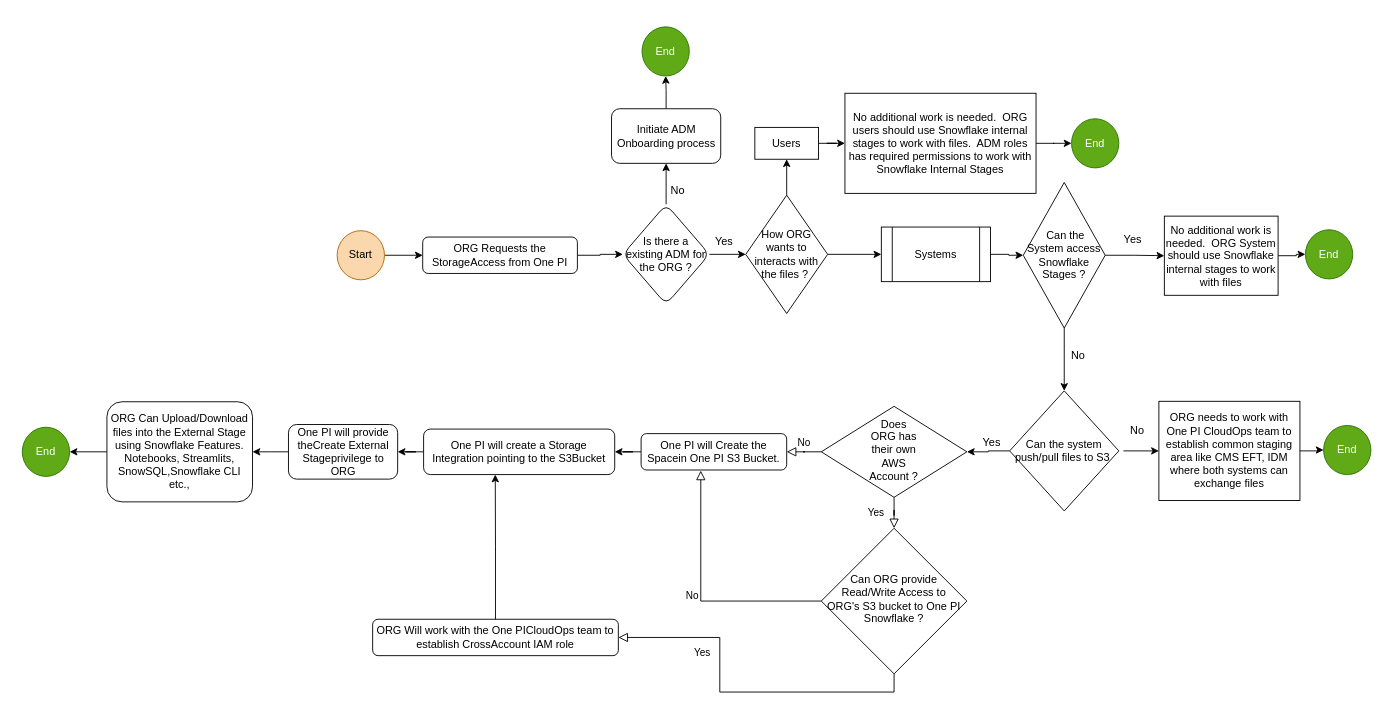
Above: Untitled Diagram.drawio in mail2tvskc/abc (draw.io), before the change. Source tidied: cells renumbered, new cells numbered last; positions are measured from the earlier drawing's top-left corner, leaving out a move shared by most shapes. Both pictures are drawn from the tidied source at 91%, with x=0, y=0 at pixel (22, 26).
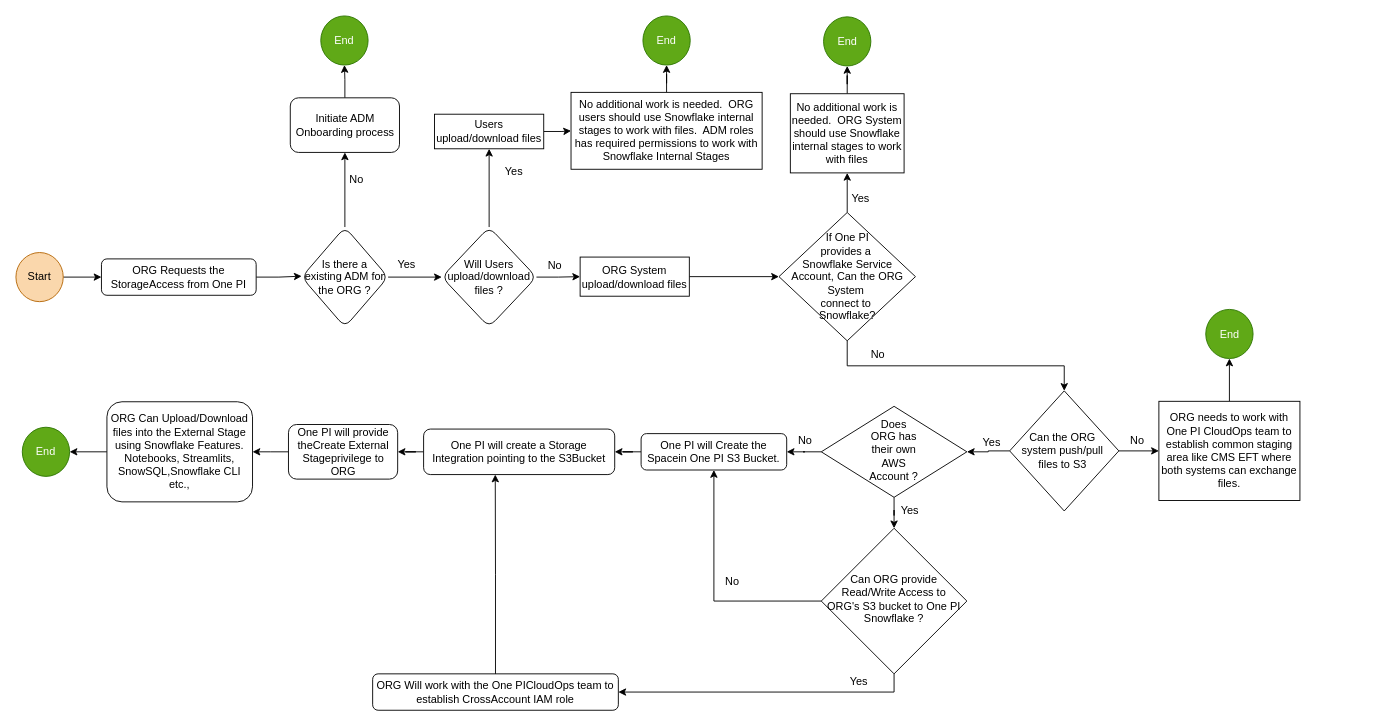
Above is the later version.

The change refers to these unchanged cells:
```xml
<mxCell id="6" value="&lt;div&gt;Does&lt;/div&gt;&lt;div&gt;ORG has&lt;/div&gt;&lt;div&gt;their own&lt;/div&gt;&lt;div&gt;AWS&lt;/div&gt;&lt;div&gt;Account ?&lt;/div&gt;" style="rhombus;whiteSpace=wrap;html=1;shadow=0;fontFamily=Helvetica;fontSize=12;align=center;strokeWidth=1;spacing=6;spacingTop=-4;" parent="1" vertex="1">
  <mxGeometry x="878" y="417" width="160" height="100" as="geometry" />
</mxCell>
<mxCell id="8" value="One PI will Create the Spacein One PI S3 Bucket." style="rounded=1;whiteSpace=wrap;html=1;fontSize=12;glass=0;strokeWidth=1;shadow=0;" parent="1" vertex="1">
  <mxGeometry x="680" y="447" width="160" height="40" as="geometry" />
</mxCell>
<mxCell id="11" value="Can ORG provide Read/Write Access to ORG's S3 bucket to One PI Snowflake ?" style="rhombus;whiteSpace=wrap;html=1;shadow=0;fontFamily=Helvetica;fontSize=12;align=center;strokeWidth=1;spacing=6;spacingTop=-4;" parent="1" vertex="1">
  <mxGeometry x="878" y="551" width="160" height="160" as="geometry" />
</mxCell>
```

The edit, as a diff of the source:
```diff
@@
-    <mxCell id="2" style="edgeStyle=orthogonalEdgeStyle;rounded=0;jettySize=auto;html=1;" parent="1" edge="1" source="3" target="39">
-      <mxGeometry relative="1" as="geometry" />
+    <mxCell id="2" style="edgeStyle=orthogonalEdgeStyle;rounded=0;jettySize=auto;html=1;" parent="1" edge="1" source="3">
+      <mxGeometry relative="1" as="geometry">
+        <mxPoint x="307" y="274" as="targetPoint" />
+      </mxGeometry>
     </mxCell>
     <mxCell id="3" value="ORG Requests the StorageAccess from One PI" style="rounded=1;whiteSpace=wrap;html=1;fontSize=12;glass=0;strokeWidth=1;shadow=0;" parent="1" vertex="1">
-      <mxGeometry x="440" y="231" width="170" height="40" as="geometry" />
+      <mxGeometry x="87" y="255" width="170" height="40" as="geometry" />
     </mxCell>
-    <mxCell id="4" value="Yes" style="rounded=0;html=1;jettySize=auto;fontSize=11;endArrow=block;endFill=0;endSize=8;strokeWidth=1;shadow=0;labelBackgroundColor=none;edgeStyle=orthogonalEdgeStyle;" parent="1" edge="1" source="6" target="11">
-      <mxGeometry y="20" relative="1" as="geometry" />
+    <mxCell id="4" style="edgeStyle=orthogonalEdgeStyle;rounded=0;jettySize=auto;html=1;" parent="1" edge="1" source="6" target="11">
+      <mxGeometry relative="1" as="geometry" />
     </mxCell>
-    <mxCell id="5" value="No" style="edgeStyle=orthogonalEdgeStyle;rounded=0;html=1;jettySize=auto;fontSize=11;endArrow=block;endFill=0;endSize=8;strokeWidth=1;shadow=0;labelBackgroundColor=none;" parent="1" edge="1" source="6" target="8">
-      <mxGeometry y="10" relative="1" as="geometry" />
+    <mxCell id="5" style="edgeStyle=orthogonalEdgeStyle;rounded=0;jettySize=auto;html=1;" parent="1" edge="1" source="6" target="8">
+      <mxGeometry relative="1" as="geometry" />
     </mxCell>
@@
+    <mxCell id="10" style="edgeStyle=orthogonalEdgeStyle;rounded=0;jettySize=auto;html=1;entryX=0.5;entryY=1;entryDx=0;entryDy=0;" parent="1" edge="1" source="11" target="8">
+      <mxGeometry relative="1" as="geometry" />
+    </mxCell>
-    <mxCell id="9" value="Yes" style="rounded=0;html=1;jettySize=auto;fontSize=11;endArrow=block;endFill=0;endSize=8;strokeWidth=1;shadow=0;labelBackgroundColor=none;edgeStyle=orthogonalEdgeStyle;exitX=0.5;exitY=1;exitDx=0;exitDy=0;" parent="1" edge="1" source="11" target="12">
-      <mxGeometry x="0.33" y="20" relative="1" as="geometry" />
+    <mxCell id="9" style="edgeStyle=orthogonalEdgeStyle;rounded=0;jettySize=auto;html=1;entryX=1;entryY=0.5;entryDx=0;entryDy=0;" parent="1" edge="1" source="11" target="12">
+      <mxGeometry relative="1" as="geometry">
+        <Array as="points">
+          <mxPoint x="958" y="731" />
+        </Array>
+      </mxGeometry>
     </mxCell>
-    <mxCell id="10" value="No" style="edgeStyle=orthogonalEdgeStyle;rounded=0;html=1;jettySize=auto;fontSize=11;endArrow=block;endFill=0;endSize=8;strokeWidth=1;shadow=0;labelBackgroundColor=none;entryX=0.41;entryY=1.015;entryDx=0;entryDy=0;entryPerimeter=0;" parent="1" edge="1" source="11" target="8">
-      <mxGeometry y="10" relative="1" as="geometry" />
-    </mxCell>
@@
     <mxCell id="12" value="ORG Will work with the One PICloudOps team to establish CrossAccount IAM role" style="rounded=1;whiteSpace=wrap;html=1;fontSize=12;glass=0;strokeWidth=1;shadow=0;" parent="1" vertex="1">
-      <mxGeometry x="385" y="651" width="270" height="40" as="geometry" />
+      <mxGeometry x="385" y="711" width="270" height="40" as="geometry" />
     </mxCell>
@@
-    <mxCell id="20" style="edgeStyle=orthogonalEdgeStyle;rounded=0;jettySize=auto;html=1;" parent="1" edge="1" source="22" target="24">
-      <mxGeometry relative="1" as="geometry" />
-    </mxCell>
-    <mxCell id="21" style="edgeStyle=orthogonalEdgeStyle;rounded=0;jettySize=auto;html=1;entryX=0;entryY=0.5;entryDx=0;entryDy=0;" parent="1" edge="1" source="22" target="26">
-      <mxGeometry relative="1" as="geometry" />
-    </mxCell>
-    <mxCell id="22" value="How ORG wants to interacts with the files ?&amp;nbsp;" style="rhombus;whiteSpace=wrap;html=1;" parent="1" vertex="1">
-      <mxGeometry x="795" y="185" width="90" height="130" as="geometry" />
-    </mxCell>
@@
-    <mxCell id="24" value="Users" style="whiteSpace=wrap;html=1;" parent="1" vertex="1">
-      <mxGeometry x="805" y="110.5" width="70" height="35" as="geometry" />
+    <mxCell id="24" value="Users upload/download files" style="whiteSpace=wrap;html=1;" parent="1" vertex="1">
+      <mxGeometry x="453" y="96" width="120" height="38" as="geometry" />
     </mxCell>
-    <mxCell id="25" style="edgeStyle=orthogonalEdgeStyle;rounded=0;jettySize=auto;html=1;" parent="1" edge="1" source="26" target="29">
-      <mxGeometry relative="1" as="geometry" />
-    </mxCell>
-    <mxCell id="26" value="Systems" style="shape=process;whiteSpace=wrap;html=1;backgroundOutline=1;" parent="1" vertex="1">
-      <mxGeometry x="944" y="220" width="120" height="60" as="geometry" />
-    </mxCell>
+    <mxCell id="28" style="edgeStyle=orthogonalEdgeStyle;rounded=0;jettySize=auto;html=1;exitX=0.5;exitY=1;exitDx=0;exitDy=0;" parent="1" edge="1" source="29" target="36">
+      <mxGeometry relative="1" as="geometry" />
+    </mxCell>
@@
-    <mxCell id="28" style="edgeStyle=orthogonalEdgeStyle;rounded=0;jettySize=auto;html=1;entryX=0.5;entryY=0;entryDx=0;entryDy=0;" parent="1" edge="1" source="29" target="36">
-      <mxGeometry relative="1" as="geometry" />
-    </mxCell>
-    <mxCell id="29" value="&amp;nbsp;Can the System access Snowflake Stages ?" style="rhombus;whiteSpace=wrap;html=1;" parent="1" vertex="1">
-      <mxGeometry x="1100" y="171" width="90" height="160" as="geometry" />
+    <mxCell id="29" value="&amp;nbsp;If One PI&amp;nbsp;&lt;div&gt;provides a&amp;nbsp;&lt;/div&gt;&lt;div&gt;Snowflake Service Account, Can the ORG System&amp;nbsp;&lt;/div&gt;&lt;div&gt;connect to&amp;nbsp;&lt;/div&gt;&lt;div&gt;Snowflake?&lt;/div&gt;" style="rhombus;whiteSpace=wrap;html=1;" parent="1" vertex="1">
+      <mxGeometry x="831.5" y="204" width="150" height="141" as="geometry" />
     </mxCell>
@@
     <mxCell id="31" value="No additional work is needed.&amp;nbsp; ORG System should use Snowflake internal stages to work with files" style="whiteSpace=wrap;html=1;" parent="1" vertex="1">
-      <mxGeometry x="1255" y="208" width="125" height="87" as="geometry" />
+      <mxGeometry x="844" y="73.5" width="125" height="87" as="geometry" />
     </mxCell>
     <mxCell id="32" value="Yes" style="text;html=1;align=center;verticalAlign=middle;strokeColor=none;fillColor=none;" parent="1" vertex="1">
-      <mxGeometry x="1200" y="219" width="40" height="30" as="geometry" />
+      <mxGeometry x="901" y="174" width="40" height="30" as="geometry" />
     </mxCell>
     <mxCell id="33" value="No" style="text;html=1;align=center;verticalAlign=middle;strokeColor=none;fillColor=none;" parent="1" vertex="1">
-      <mxGeometry x="1140" y="346" width="40" height="30" as="geometry" />
+      <mxGeometry x="920" y="345" width="40" height="30" as="geometry" />
     </mxCell>
-    <mxCell id="34" style="edgeStyle=orthogonalEdgeStyle;rounded=0;jettySize=auto;html=1;entryX=0;entryY=0.5;entryDx=0;entryDy=0;" parent="1" edge="1" target="54">
-      <mxGeometry relative="1" as="geometry">
-        <mxPoint x="1210" y="466" as="sourcePoint" />
-      </mxGeometry>
-    </mxCell>
@@
+    <mxCell id="57" style="edgeStyle=orthogonalEdgeStyle;rounded=0;jettySize=auto;html=1;" parent="1" edge="1" source="36" target="54">
+      <mxGeometry relative="1" as="geometry" />
+    </mxCell>
-    <mxCell id="36" value="Can the system push/pull files to S3&amp;nbsp;" style="rhombus;whiteSpace=wrap;html=1;" parent="1" vertex="1">
+    <mxCell id="36" value="Can the ORG&amp;nbsp;&lt;div&gt;system push/pull&amp;nbsp;&lt;/div&gt;&lt;div&gt;files to S3&amp;nbsp;&lt;/div&gt;" style="rhombus;whiteSpace=wrap;html=1;" parent="1" vertex="1">
       <mxGeometry x="1085" y="400" width="120" height="132" as="geometry" />
     </mxCell>
@@
-    <mxCell id="38" style="edgeStyle=orthogonalEdgeStyle;rounded=0;jettySize=auto;html=1;entryX=0;entryY=0.5;entryDx=0;entryDy=0;" parent="1" edge="1" source="39" target="22">
-      <mxGeometry relative="1" as="geometry" />
-    </mxCell>
+    <mxCell id="58" style="edgeStyle=orthogonalEdgeStyle;rounded=0;jettySize=auto;html=1;" parent="1" edge="1" source="39" target="61">
+      <mxGeometry relative="1" as="geometry" />
+    </mxCell>
     <mxCell id="39" value="Is there a existing ADM for the ORG ?" style="rhombus;whiteSpace=wrap;html=1;rounded=1;glass=0;strokeWidth=1;shadow=0;" parent="1" vertex="1">
-      <mxGeometry x="660" y="195" width="95" height="110" as="geometry" />
+      <mxGeometry x="307" y="220" width="95" height="110" as="geometry" />
     </mxCell>
@@
     <mxCell id="41" value="Initiate ADM Onboarding process" style="whiteSpace=wrap;html=1;rounded=1;glass=0;strokeWidth=1;shadow=0;" parent="1" vertex="1">
-      <mxGeometry x="647.5" y="90" width="120" height="60" as="geometry" />
+      <mxGeometry x="294.5" y="78" width="120" height="60" as="geometry" />
     </mxCell>
     <mxCell id="42" value="No" style="text;html=1;align=center;verticalAlign=middle;strokeColor=none;fillColor=none;" parent="1" vertex="1">
-      <mxGeometry x="700" y="165" width="40" height="30" as="geometry" />
+      <mxGeometry x="347" y="153" width="40" height="30" as="geometry" />
     </mxCell>
-    <mxCell id="43" value="Yes" style="text;html=1;align=center;verticalAlign=middle;strokeColor=none;fillColor=none;" parent="1" vertex="1">
-      <mxGeometry x="751" y="221" width="40" height="30" as="geometry" />
-    </mxCell>
     <mxCell id="44" value="No" style="text;html=1;align=center;verticalAlign=middle;strokeColor=none;fillColor=none;" parent="1" vertex="1">
-      <mxGeometry x="1205" y="429" width="40" height="30" as="geometry" />
+      <mxGeometry x="1205" y="440" width="40" height="30" as="geometry" />
     </mxCell>
@@
     <mxCell id="47" value="No additional work is needed.&amp;nbsp; ORG users should use Snowflake internal stages to work with files.&amp;nbsp; ADM roles has required permissions to work with Snowflake Internal Stages" style="whiteSpace=wrap;html=1;" parent="1" vertex="1">
-      <mxGeometry x="904" y="73" width="210" height="110" as="geometry" />
+      <mxGeometry x="603" y="72" width="210" height="84.5" as="geometry" />
     </mxCell>
@@
     <mxCell id="49" value="Start" style="ellipse;whiteSpace=wrap;html=1;fillColor=#fad7ac;strokeColor=#b46504;" parent="1" vertex="1">
-      <mxGeometry x="346" y="224" width="52" height="54" as="geometry" />
+      <mxGeometry x="-7" y="248" width="52" height="54" as="geometry" />
     </mxCell>
     <mxCell id="50" value="End" style="ellipse;whiteSpace=wrap;html=1;fillColor=#60a917;fontColor=#ffffff;strokeColor=#2D7600;" parent="1" vertex="1">
-      <mxGeometry x="681" width="52" height="54" as="geometry" />
+      <mxGeometry x="328" y="-12" width="52" height="54" as="geometry" />
     </mxCell>
     <mxCell id="51" value="End" style="ellipse;whiteSpace=wrap;html=1;fillColor=#60a917;fontColor=#ffffff;strokeColor=#2D7600;" parent="1" vertex="1">
-      <mxGeometry x="1153" y="101" width="52" height="54" as="geometry" />
+      <mxGeometry x="682" y="-12" width="52" height="54" as="geometry" />
     </mxCell>
     <mxCell id="52" value="End" style="ellipse;whiteSpace=wrap;html=1;fillColor=#60a917;fontColor=#ffffff;strokeColor=#2D7600;" parent="1" vertex="1">
-      <mxGeometry x="1410" y="223" width="52" height="54" as="geometry" />
+      <mxGeometry x="880.5" y="-11" width="52" height="54" as="geometry" />
     </mxCell>
@@
-    <mxCell id="54" value="ORG needs to work with One PI CloudOps team to establish common staging area like CMS EFT, IDM where both systems can exchange files" style="rounded=0;whiteSpace=wrap;html=1;" parent="1" vertex="1">
+    <mxCell id="54" value="ORG needs to work with One PI CloudOps team to establish common staging area like CMS EFT where both systems can exchange files." style="rounded=0;whiteSpace=wrap;html=1;" parent="1" vertex="1">
       <mxGeometry x="1249" y="411.5" width="155" height="109" as="geometry" />
     </mxCell>
     <mxCell id="55" value="End" style="ellipse;whiteSpace=wrap;html=1;fillColor=#60a917;fontColor=#ffffff;strokeColor=#2D7600;" parent="1" vertex="1">
-      <mxGeometry x="1430" y="438" width="52" height="54" as="geometry" />
+      <mxGeometry x="1300.5" y="310.5" width="52" height="54" as="geometry" />
     </mxCell>
@@
+    <mxCell id="59" style="edgeStyle=orthogonalEdgeStyle;rounded=0;jettySize=auto;html=1;" parent="1" edge="1" source="61" target="64">
+      <mxGeometry relative="1" as="geometry" />
+    </mxCell>
+    <mxCell id="60" style="edgeStyle=orthogonalEdgeStyle;rounded=0;jettySize=auto;html=1;entryX=0.5;entryY=1;entryDx=0;entryDy=0;" parent="1" edge="1" source="61" target="24">
+      <mxGeometry relative="1" as="geometry" />
+    </mxCell>
+    <mxCell id="61" value="Will Users upload/download files ?" style="rhombus;whiteSpace=wrap;html=1;rounded=1;glass=0;strokeWidth=1;shadow=0;" parent="1" vertex="1">
+      <mxGeometry x="461" y="220" width="104" height="110" as="geometry" />
+    </mxCell>
+    <mxCell id="62" value="Yes" style="text;html=1;align=center;verticalAlign=middle;strokeColor=none;fillColor=none;" parent="1" vertex="1">
+      <mxGeometry x="520" y="144" width="40" height="30" as="geometry" />
+    </mxCell>
+    <mxCell id="63" style="edgeStyle=orthogonalEdgeStyle;rounded=0;jettySize=auto;html=1;entryX=0;entryY=0.5;entryDx=0;entryDy=0;" parent="1" edge="1" source="64" target="29">
+      <mxGeometry relative="1" as="geometry" />
+    </mxCell>
+    <mxCell id="64" value="ORG System upload/download files" style="whiteSpace=wrap;html=1;" parent="1" vertex="1">
+      <mxGeometry x="613" y="253" width="120" height="43" as="geometry" />
+    </mxCell>
+    <mxCell id="65" value="No" style="text;html=1;align=center;verticalAlign=middle;strokeColor=none;fillColor=none;" parent="1" vertex="1">
+      <mxGeometry x="565" y="248" width="40" height="30" as="geometry" />
+    </mxCell>
+    <mxCell id="66" value="Yes" style="text;html=1;align=center;verticalAlign=middle;strokeColor=none;fillColor=none;" parent="1" vertex="1">
+      <mxGeometry x="402" y="246" width="40" height="30" as="geometry" />
+    </mxCell>
+    <mxCell id="67" value="No" style="text;html=1;align=center;verticalAlign=middle;strokeColor=none;fillColor=none;" parent="1" vertex="1">
+      <mxGeometry x="760" y="595" width="40" height="30" as="geometry" />
+    </mxCell>
+    <mxCell id="68" value="Yes" style="text;html=1;align=center;verticalAlign=middle;strokeColor=none;fillColor=none;" parent="1" vertex="1">
+      <mxGeometry x="898.5" y="705" width="40" height="30" as="geometry" />
+    </mxCell>
+    <mxCell id="69" value="Yes" style="text;html=1;align=center;verticalAlign=middle;strokeColor=none;fillColor=none;" parent="1" vertex="1">
+      <mxGeometry x="955" y="517" width="40" height="30" as="geometry" />
+    </mxCell>
+    <mxCell id="70" value="No" style="text;html=1;align=center;verticalAlign=middle;strokeColor=none;fillColor=none;" parent="1" vertex="1">
+      <mxGeometry x="840" y="440" width="40" height="30" as="geometry" />
+    </mxCell>
```
